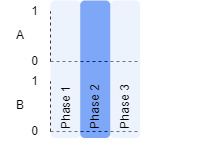
Earlier version of the draw.io export images/Maple_Bus_Clocking_Phases.png (OrangeFox86/DreamcastControllerUsbPico). Source tidied: cells renumbered, new cells last; positions are measured from the earlier drawing's top-left corner, leaving out a move shared by most shapes.
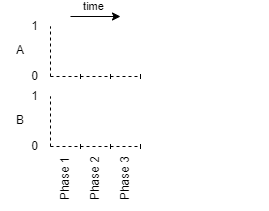
After the change.

Change to the diagram source:
```diff
@@ -3,10 +3,10 @@
     <mxCell id="0" />
     <mxCell id="1" parent="0" />
     <mxCell id="2" style="group;" parent="1" vertex="1">
-      <mxGeometry x="4" width="203.5" height="140" as="geometry" />
+      <mxGeometry x="4" width="267.5" height="140" as="geometry" />
     </mxCell>
     <mxCell id="3" style="group;" parent="2" vertex="1">
-      <mxGeometry width="170" height="140" as="geometry" />
+      <mxGeometry width="247.5" height="140" as="geometry" />
     </mxCell>
     <mxCell id="4" style="endArrow=none;dashed=1;html=1;" parent="3" edge="1">
       <mxGeometry as="geometry">
@@ -29,6 +29,24 @@
     <mxCell id="8" value="A" style="text;html=1;strokeColor=none;fillColor=none;align=center;verticalAlign=middle;whiteSpace=wrap;rounded=0;" parent="3" vertex="1">
       <mxGeometry y="24" width="40" height="20" as="geometry" />
     </mxCell>
+    <mxCell id="18" style="endArrow=none;html=1;rounded=0;" parent="3" edge="1">
+      <mxGeometry relative="1" as="geometry">
+        <mxPoint x="80" y="62.5" as="sourcePoint" />
+        <mxPoint x="80" y="57.5" as="targetPoint" />
+      </mxGeometry>
+    </mxCell>
+    <mxCell id="19" style="endArrow=none;html=1;rounded=0;" parent="3" edge="1">
+      <mxGeometry relative="1" as="geometry">
+        <mxPoint x="110" y="62.5" as="sourcePoint" />
+        <mxPoint x="110" y="57.5" as="targetPoint" />
+      </mxGeometry>
+    </mxCell>
+    <mxCell id="20" style="endArrow=none;html=1;rounded=0;" parent="3" edge="1">
+      <mxGeometry relative="1" as="geometry">
+        <mxPoint x="140" y="62.5" as="sourcePoint" />
+        <mxPoint x="140" y="57.5" as="targetPoint" />
+      </mxGeometry>
+    </mxCell>
     <mxCell id="9" style="group;" parent="2" vertex="1">
       <mxGeometry y="70" width="203.5" height="70" as="geometry" />
     </mxCell>
@@ -53,14 +71,43 @@
     <mxCell id="14" value="B" style="text;html=1;strokeColor=none;fillColor=none;align=center;verticalAlign=middle;whiteSpace=wrap;rounded=0;" parent="9" vertex="1">
       <mxGeometry y="24" width="40" height="20" as="geometry" />
     </mxCell>
+    <mxCell id="21" style="endArrow=none;html=1;rounded=0;" parent="9" edge="1">
+      <mxGeometry relative="1" as="geometry">
+        <mxPoint x="80" y="62.5" as="sourcePoint" />
+        <mxPoint x="80" y="57.5" as="targetPoint" />
+      </mxGeometry>
+    </mxCell>
+    <mxCell id="22" style="endArrow=none;html=1;rounded=0;" parent="9" edge="1">
+      <mxGeometry relative="1" as="geometry">
+        <mxPoint x="110" y="62.5" as="sourcePoint" />
+        <mxPoint x="110" y="57.5" as="targetPoint" />
+      </mxGeometry>
+    </mxCell>
+    <mxCell id="23" style="endArrow=none;html=1;rounded=0;" parent="9" edge="1">
+      <mxGeometry relative="1" as="geometry">
+        <mxPoint x="140" y="62.5" as="sourcePoint" />
+        <mxPoint x="140" y="57.5" as="targetPoint" />
+      </mxGeometry>
+    </mxCell>
-    <mxCell id="15" value="&amp;nbsp; Phase 1" style="rounded=1;whiteSpace=wrap;html=1;fillColor=#dae8fc;strokeColor=none;opacity=50;rotation=-90;align=left;" parent="9" vertex="1">
-      <mxGeometry x="-3.8" y="-17.2" width="137.5" height="30" as="geometry" />
+    <mxCell id="15" value="Phase 1" style="rounded=1;whiteSpace=wrap;html=1;fillColor=none;strokeColor=none;opacity=50;rotation=-90;align=center;" parent="1" vertex="1">
+      <mxGeometry x="37" y="147" width="63.5" height="30" as="geometry" />
     </mxCell>
+    <mxCell id="17" value="Phase 2" style="rounded=1;whiteSpace=wrap;html=1;fillColor=none;rotation=-90;align=center;strokeColor=none;opacity=50;" parent="1" vertex="1">
+      <mxGeometry x="67" y="147" width="63.5" height="30" as="geometry" />
+    </mxCell>
-    <mxCell id="16" value="&amp;nbsp; Phase 3" style="rounded=1;whiteSpace=wrap;html=1;fillColor=#dae8fc;strokeColor=none;opacity=50;rotation=-90;align=left;" parent="9" vertex="1">
-      <mxGeometry x="56" y="-17.2" width="137.5" height="30" as="geometry" />
+    <mxCell id="16" value="Phase 3" style="rounded=1;whiteSpace=wrap;html=1;fillColor=none;strokeColor=none;opacity=50;rotation=-90;align=center;" parent="1" vertex="1">
+      <mxGeometry x="97" y="147" width="63.5" height="30" as="geometry" />
     </mxCell>
-    <mxCell id="17" value="&amp;nbsp; Phase 2" style="rounded=1;whiteSpace=wrap;html=1;fillColor=#0050ef;opacity=50;rotation=-90;align=left;strokeColor=none;" parent="9" vertex="1">
-      <mxGeometry x="26" y="-17.2" width="137.5" height="30" as="geometry" />
-    </mxCell>
+    <mxCell id="24" style="endArrow=classic;html=1;rounded=0;" parent="1" edge="1">
+      <mxGeometry relative="1" as="geometry">
+        <mxPoint x="74" as="sourcePoint" />
+        <mxPoint x="124" as="targetPoint" />
+      </mxGeometry>
+    </mxCell>
+    <mxCell id="25" value="time" style="edgeLabel;html=1;align=center;verticalAlign=middle;" parent="24" vertex="1">
+      <mxGeometry x="-0.35" y="2" relative="1" as="geometry">
+        <mxPoint x="7" y="-8" as="offset" />
+      </mxGeometry>
+    </mxCell>
   </root>
 </mxGraphModel>
```
